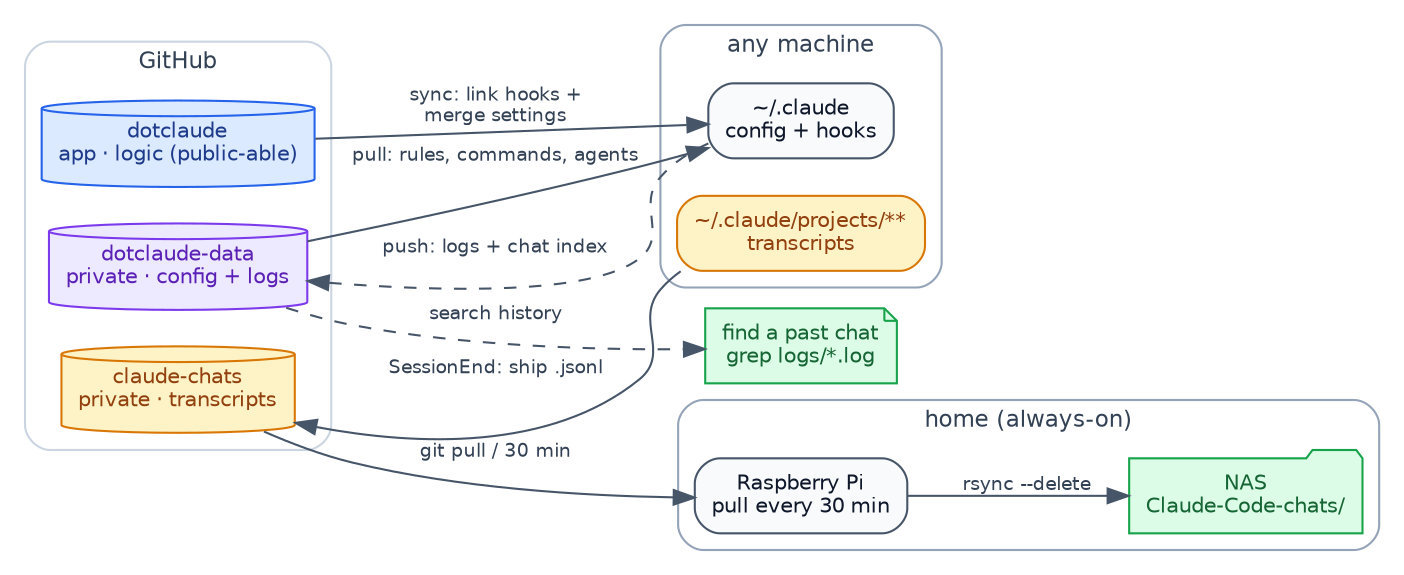
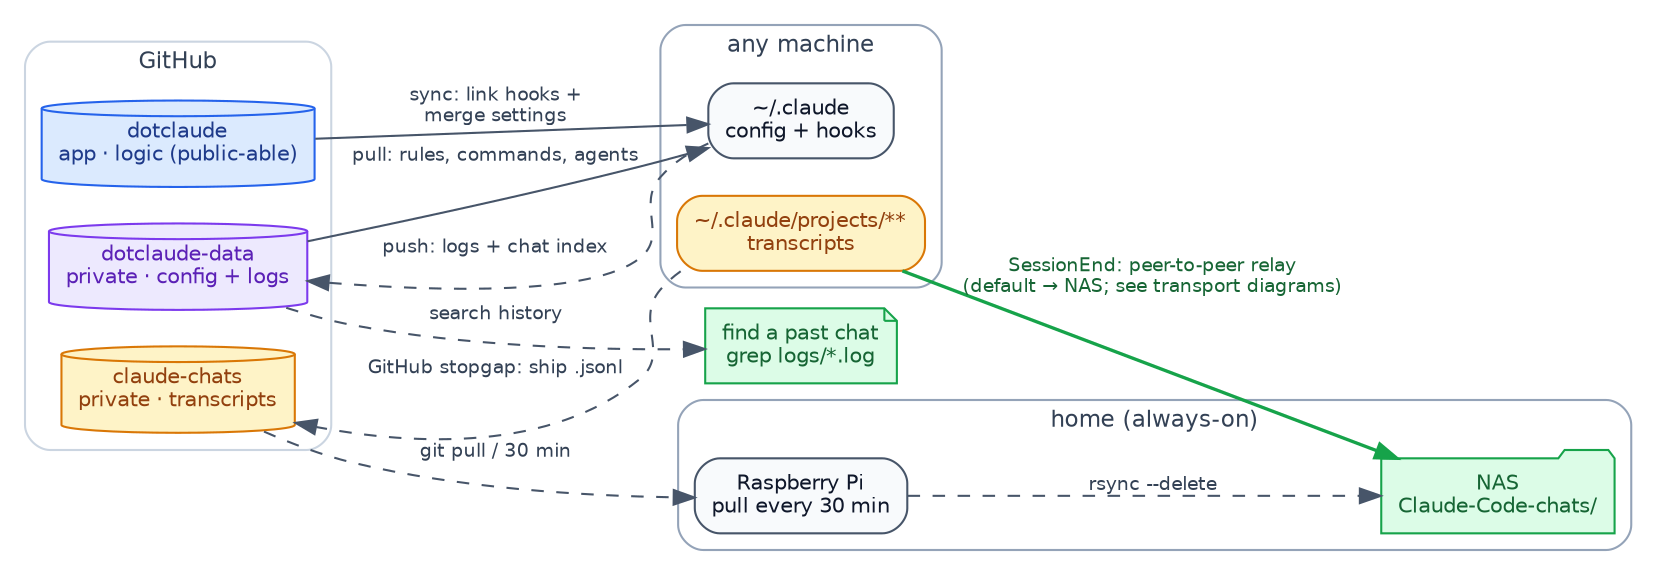
// Source for docs/overview.svg — render: dot -Tsvg docs/overview.dot -o docs/overview.svg
digraph dotclaude {
  rankdir=LR; bgcolor="white";
  fontname="Helvetica"; fontsize=11;
  node [fontname="Helvetica", fontsize=10, shape=box, style="rounded,filled",
        fillcolor="#f8fafc", color="#475569", fontcolor="#0f172a"];
  edge [fontname="Helvetica", fontsize=9, color="#475569", fontcolor="#334155"];

  subgraph cluster_gh {
    label="GitHub"; style="rounded"; color="#cbd5e1"; fontcolor="#334155"; fontsize=11;
    APP  [shape=cylinder, fillcolor="#dbeafe", color="#2563eb", fontcolor="#1e3a8a",
          label="dotclaude\napp · logic (public-able)"];
    DATA [shape=cylinder, fillcolor="#ede9fe", color="#7c3aed", fontcolor="#5b21b6",
          label="dotclaude-data\nprivate · config + logs"];
    CH   [shape=cylinder, fillcolor="#fef3c7", color="#d97706", fontcolor="#92400e",
          label="claude-chats\nprivate · transcripts"];
  }

  subgraph cluster_m {
    label="any machine"; style="rounded"; color="#94a3b8"; fontcolor="#334155"; fontsize=11;
    CFG [label="~/.claude\nconfig + hooks"];
    TX  [label="~/.claude/projects/**\ntranscripts",
         fillcolor="#fef3c7", color="#d97706", fontcolor="#92400e"];
  }

  subgraph cluster_home {
    label="home (always-on)"; style="rounded"; color="#94a3b8"; fontcolor="#334155"; fontsize=11;
    PI  [label="Raspberry Pi\npull every 30 min"];
    NAS [shape=folder, fillcolor="#dcfce7", color="#16a34a", fontcolor="#166534",
         label="NAS\nClaude-Code-chats/"];
  }

  APP  -> CFG  [label="sync: link hooks +\nmerge settings"];
  DATA -> CFG  [label="pull: rules, commands, agents"];
  CFG  -> DATA [style=dashed, label="push: logs + chat index"];
-   TX   -> CH   [label="SessionEnd: ship .jsonl"];
-   CH   -> PI   [label="git pull / 30 min"];
-   PI   -> NAS  [label="rsync --delete"];
+   TX   -> NAS  [color="#16a34a", fontcolor="#166534", penwidth=1.6,
+                 label="SessionEnd: peer-to-peer relay\n(default → NAS; see transport diagrams)"];
+   TX   -> CH   [style=dashed, label="GitHub stopgap: ship .jsonl"];
+   CH   -> PI   [style=dashed, label="git pull / 30 min"];
+   PI   -> NAS  [style=dashed, label="rsync --delete"];

  FIND [shape=note, fillcolor="#dcfce7", color="#16a34a", fontcolor="#166534",
        label="find a past chat\ngrep logs/*.log"];
  DATA -> FIND [style=dashed, label="search history"];
}
